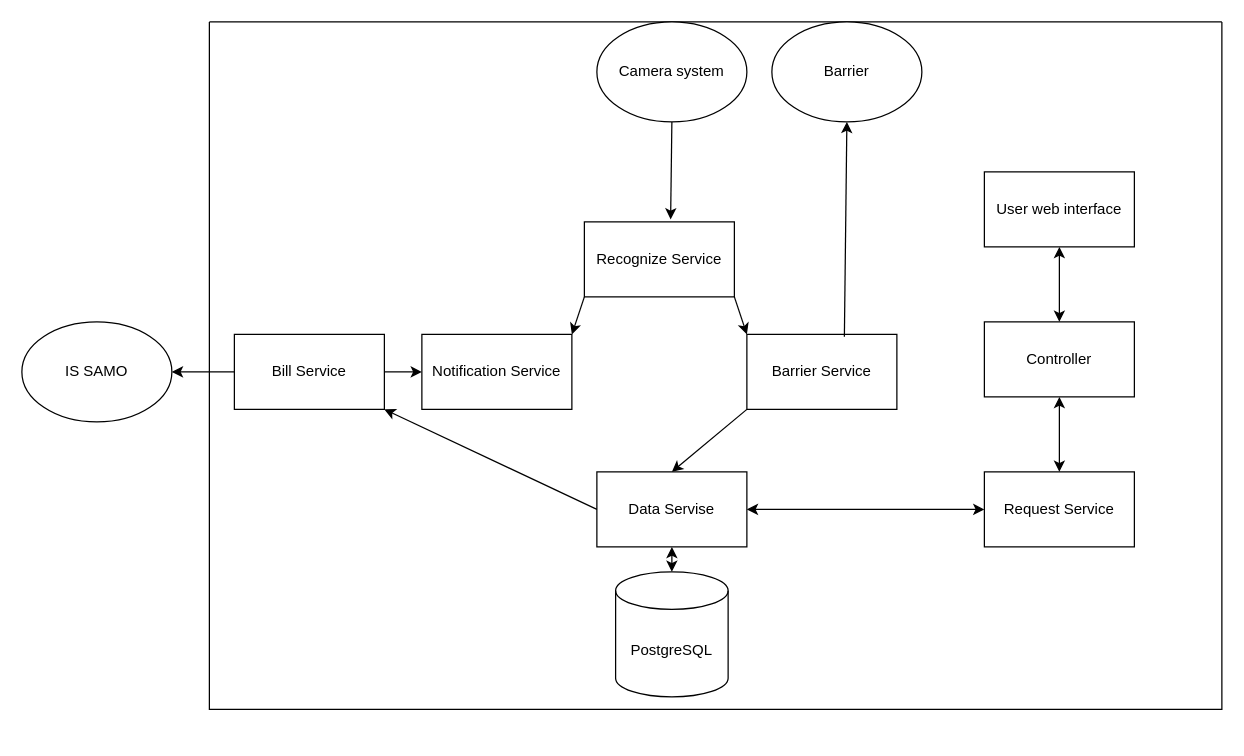
Earlier version of the draw.io diagram Untitled Diagram.drawio (artem8906/city_center_entry). Source tidied: cells renumbered, new cells numbered last; positions are measured from the earlier drawing's top-left corner, leaving out a move shared by most shapes. Both pictures are drawn from the tidied source at 125%, with x=0, y=0 at pixel (21, 21).
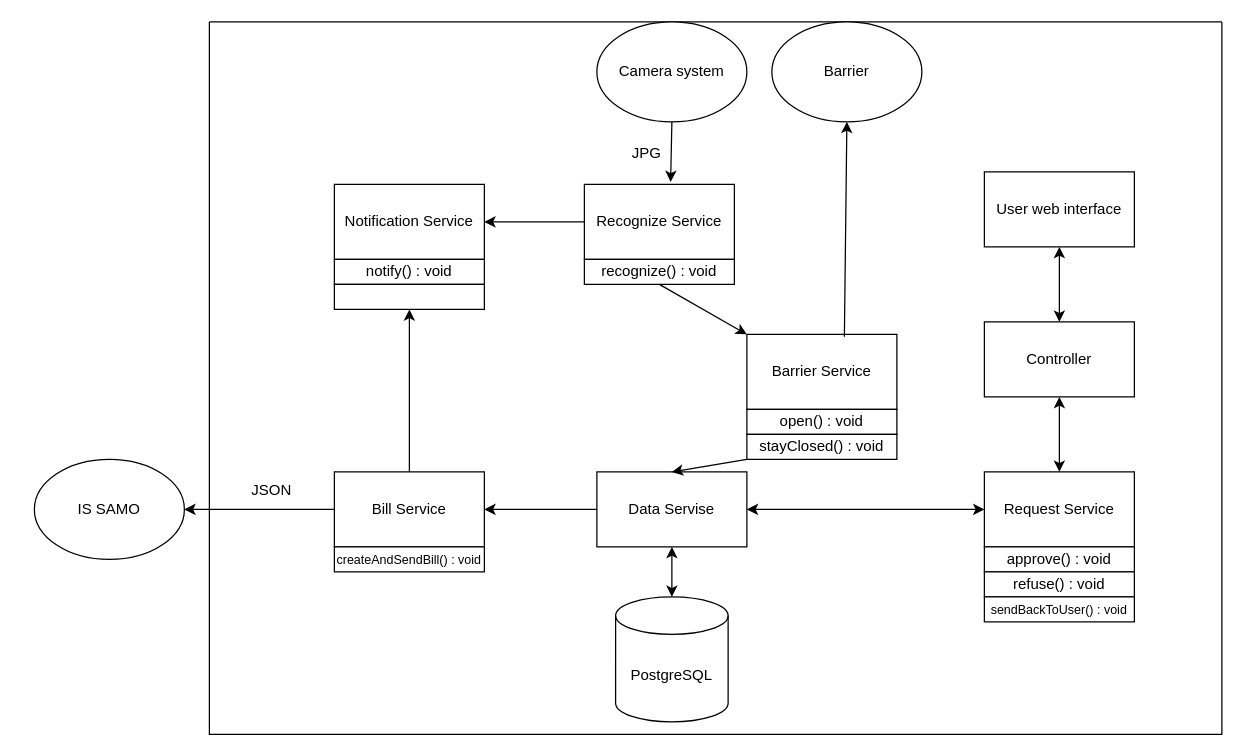
The same diagram, later.

Unchanged cells that the change refers to:
```xml
<mxCell id="8" value="Barrier Service" style="rounded=0;whiteSpace=wrap;html=1;" parent="2" vertex="1">
  <mxGeometry x="430" y="250" width="120" height="60" as="geometry" />
</mxCell>
<mxCell id="10" value="Data Servise" style="rounded=0;whiteSpace=wrap;html=1;" parent="2" vertex="1">
  <mxGeometry x="310" y="360" width="120" height="60" as="geometry" />
</mxCell>
```

What changed in the source:
```diff
@@
     <mxCell id="2" style="swimlane;startSize=0;" parent="1" vertex="1">
-      <mxGeometry x="150" width="810" height="550" as="geometry" />
+      <mxGeometry x="150" width="810" height="570" as="geometry" />
     </mxCell>
     <mxCell id="3" value="PostgreSQL" style="shape=cylinder3;whiteSpace=wrap;html=1;boundedLbl=1;backgroundOutline=1;size=15;" parent="2" vertex="1">
-      <mxGeometry x="325" y="440" width="90" height="100" as="geometry" />
+      <mxGeometry x="325" y="460" width="90" height="100" as="geometry" />
     </mxCell>
     <mxCell id="4" value="Bill Service" style="rounded=0;whiteSpace=wrap;html=1;" parent="2" vertex="1">
-      <mxGeometry x="20" y="250" width="120" height="60" as="geometry" />
+      <mxGeometry x="100" y="360" width="120" height="60" as="geometry" />
     </mxCell>
     <mxCell id="5" value="Notification Service" style="rounded=0;whiteSpace=wrap;html=1;" parent="2" vertex="1">
-      <mxGeometry x="170" y="250" width="120" height="60" as="geometry" />
+      <mxGeometry x="100" y="130" width="120" height="60" as="geometry" />
     </mxCell>
     <mxCell id="6" value="Recognize Service" style="rounded=0;whiteSpace=wrap;html=1;" parent="2" vertex="1">
-      <mxGeometry x="300" y="160" width="120" height="60" as="geometry" />
+      <mxGeometry x="300" y="130" width="120" height="60" as="geometry" />
     </mxCell>
@@
-    <mxCell id="9" style="endArrow=classic;html=1;rounded=0;exitX=1;exitY=1;exitDx=0;exitDy=0;entryX=0;entryY=0;entryDx=0;entryDy=0;" parent="2" edge="1" source="6" target="8">
+    <mxCell id="9" style="endArrow=classic;html=1;rounded=0;exitX=0.5;exitY=1;exitDx=0;exitDy=0;entryX=0;entryY=0;entryDx=0;entryDy=0;" parent="2" edge="1" source="32" target="8">
       <mxGeometry relative="1" as="geometry" />
     </mxCell>
@@
-    <mxCell id="11" style="endArrow=classic;html=1;rounded=0;exitX=0;exitY=1;exitDx=0;exitDy=0;entryX=1;entryY=0;entryDx=0;entryDy=0;" parent="2" edge="1" source="6" target="5">
+    <mxCell id="11" style="endArrow=classic;html=1;rounded=0;exitX=0;exitY=0.5;exitDx=0;exitDy=0;entryX=1;entryY=0.5;entryDx=0;entryDy=0;" parent="2" edge="1" source="6" target="5">
       <mxGeometry relative="1" as="geometry" />
     </mxCell>
@@
-    <mxCell id="19" style="endArrow=classic;html=1;rounded=0;exitX=1;exitY=0.5;exitDx=0;exitDy=0;entryX=0;entryY=0.5;entryDx=0;entryDy=0;" parent="2" edge="1" source="4" target="5">
+    <mxCell id="19" style="endArrow=classic;html=1;rounded=0;entryX=0.5;entryY=1;entryDx=0;entryDy=0;exitX=0.5;exitY=0;exitDx=0;exitDy=0;" parent="2" edge="1" source="4" target="34">
       <mxGeometry relative="1" as="geometry" />
     </mxCell>
-    <mxCell id="20" style="endArrow=classic;html=1;rounded=0;entryX=0.5;entryY=0;entryDx=0;entryDy=0;exitX=0;exitY=1;exitDx=0;exitDy=0;" parent="2" edge="1" source="8" target="10">
+    <mxCell id="20" style="endArrow=classic;html=1;rounded=0;entryX=0.5;entryY=0;entryDx=0;entryDy=0;exitX=0;exitY=1;exitDx=0;exitDy=0;" parent="2" edge="1" source="28" target="10">
       <mxGeometry relative="1" as="geometry" />
     </mxCell>
@@
-    <mxCell id="23" style="endArrow=classic;html=1;rounded=0;exitX=0;exitY=0.5;exitDx=0;exitDy=0;entryX=1;entryY=1;entryDx=0;entryDy=0;" parent="2" edge="1" source="10" target="4">
+    <mxCell id="23" style="endArrow=classic;html=1;rounded=0;exitX=0;exitY=0.5;exitDx=0;exitDy=0;entryX=1;entryY=0.5;entryDx=0;entryDy=0;" parent="2" edge="1" source="10" target="4">
       <mxGeometry relative="1" as="geometry" />
     </mxCell>
@@
+    <mxCell id="27" value="open() : void" style="rounded=0;whiteSpace=wrap;html=1;fontSize=12;" parent="2" vertex="1">
+      <mxGeometry x="430" y="310" width="120" height="20" as="geometry" />
+    </mxCell>
+    <mxCell id="28" value="stayClosed() : void" style="rounded=0;whiteSpace=wrap;html=1;fontSize=12;" parent="2" vertex="1">
+      <mxGeometry x="430" y="330" width="120" height="20" as="geometry" />
+    </mxCell>
+    <mxCell id="29" value="approve() : void" style="rounded=0;whiteSpace=wrap;html=1;fontSize=12;" parent="2" vertex="1">
+      <mxGeometry x="620" y="420" width="120" height="20" as="geometry" />
+    </mxCell>
+    <mxCell id="30" value="refuse() : void" style="rounded=0;whiteSpace=wrap;html=1;fontSize=12;" parent="2" vertex="1">
+      <mxGeometry x="620" y="440" width="120" height="20" as="geometry" />
+    </mxCell>
+    <mxCell id="31" value="sendBackToUser() : void" style="rounded=0;whiteSpace=wrap;html=1;fontSize=10;" parent="2" vertex="1">
+      <mxGeometry x="620" y="460" width="120" height="20" as="geometry" />
+    </mxCell>
+    <mxCell id="32" value="recognize() : void" style="rounded=0;whiteSpace=wrap;html=1;" parent="2" vertex="1">
+      <mxGeometry x="300" y="190" width="120" height="20" as="geometry" />
+    </mxCell>
+    <mxCell id="33" value="notify() : void" style="rounded=0;whiteSpace=wrap;html=1;" parent="2" vertex="1">
+      <mxGeometry x="100" y="190" width="120" height="20" as="geometry" />
+    </mxCell>
+    <mxCell id="34" style="rounded=0;whiteSpace=wrap;html=1;" parent="2" vertex="1">
+      <mxGeometry x="100" y="210" width="120" height="20" as="geometry" />
+    </mxCell>
+    <mxCell id="35" value="&lt;font style=&quot;font-size: 10px;&quot;&gt;createAndSendBill() : void&lt;/font&gt;" style="rounded=0;whiteSpace=wrap;html=1;" parent="2" vertex="1">
+      <mxGeometry x="100" y="420" width="120" height="20" as="geometry" />
+    </mxCell>
+    <mxCell id="36" value="JSON" style="text;html=1;strokeColor=none;fillColor=none;align=center;verticalAlign=middle;whiteSpace=wrap;rounded=0;" parent="2" vertex="1">
+      <mxGeometry x="20" y="360" width="60" height="30" as="geometry" />
+    </mxCell>
+    <mxCell id="37" value="JPG" style="text;html=1;strokeColor=none;fillColor=none;align=center;verticalAlign=middle;whiteSpace=wrap;rounded=0;" parent="2" vertex="1">
+      <mxGeometry x="310" y="90" width="80" height="30" as="geometry" />
+    </mxCell>
     <mxCell id="25" value="IS SAMO" style="ellipse;whiteSpace=wrap;html=1;" parent="1" vertex="1">
-      <mxGeometry y="240" width="120" height="80" as="geometry" />
+      <mxGeometry x="10" y="350" width="120" height="80" as="geometry" />
     </mxCell>
```
